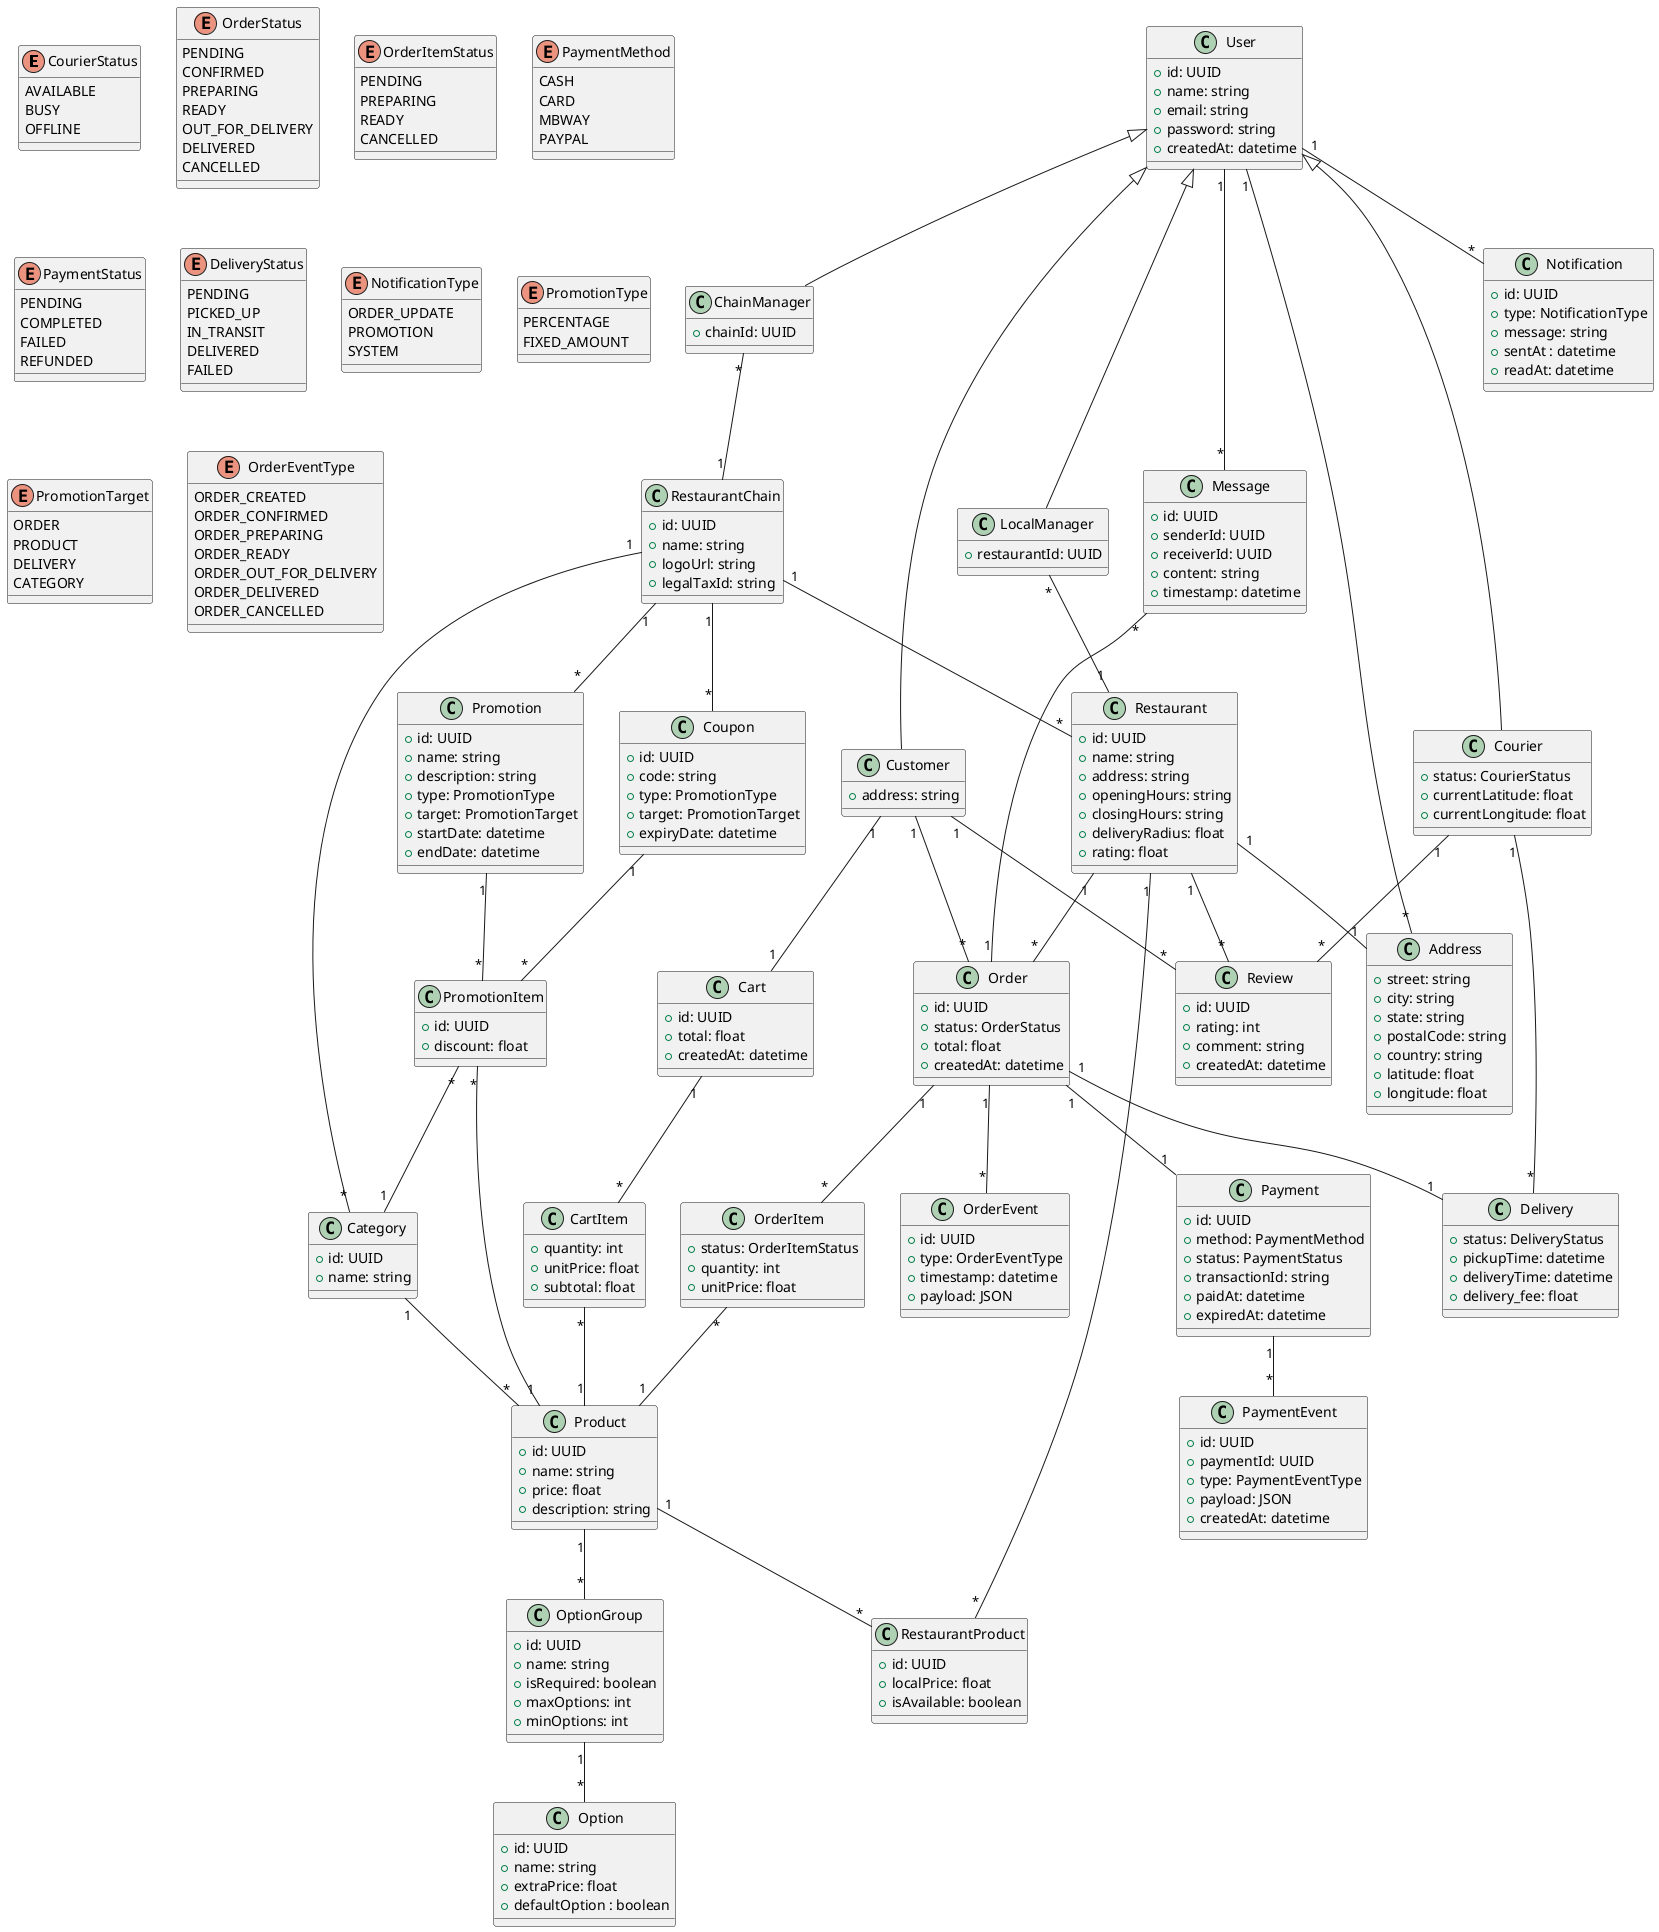
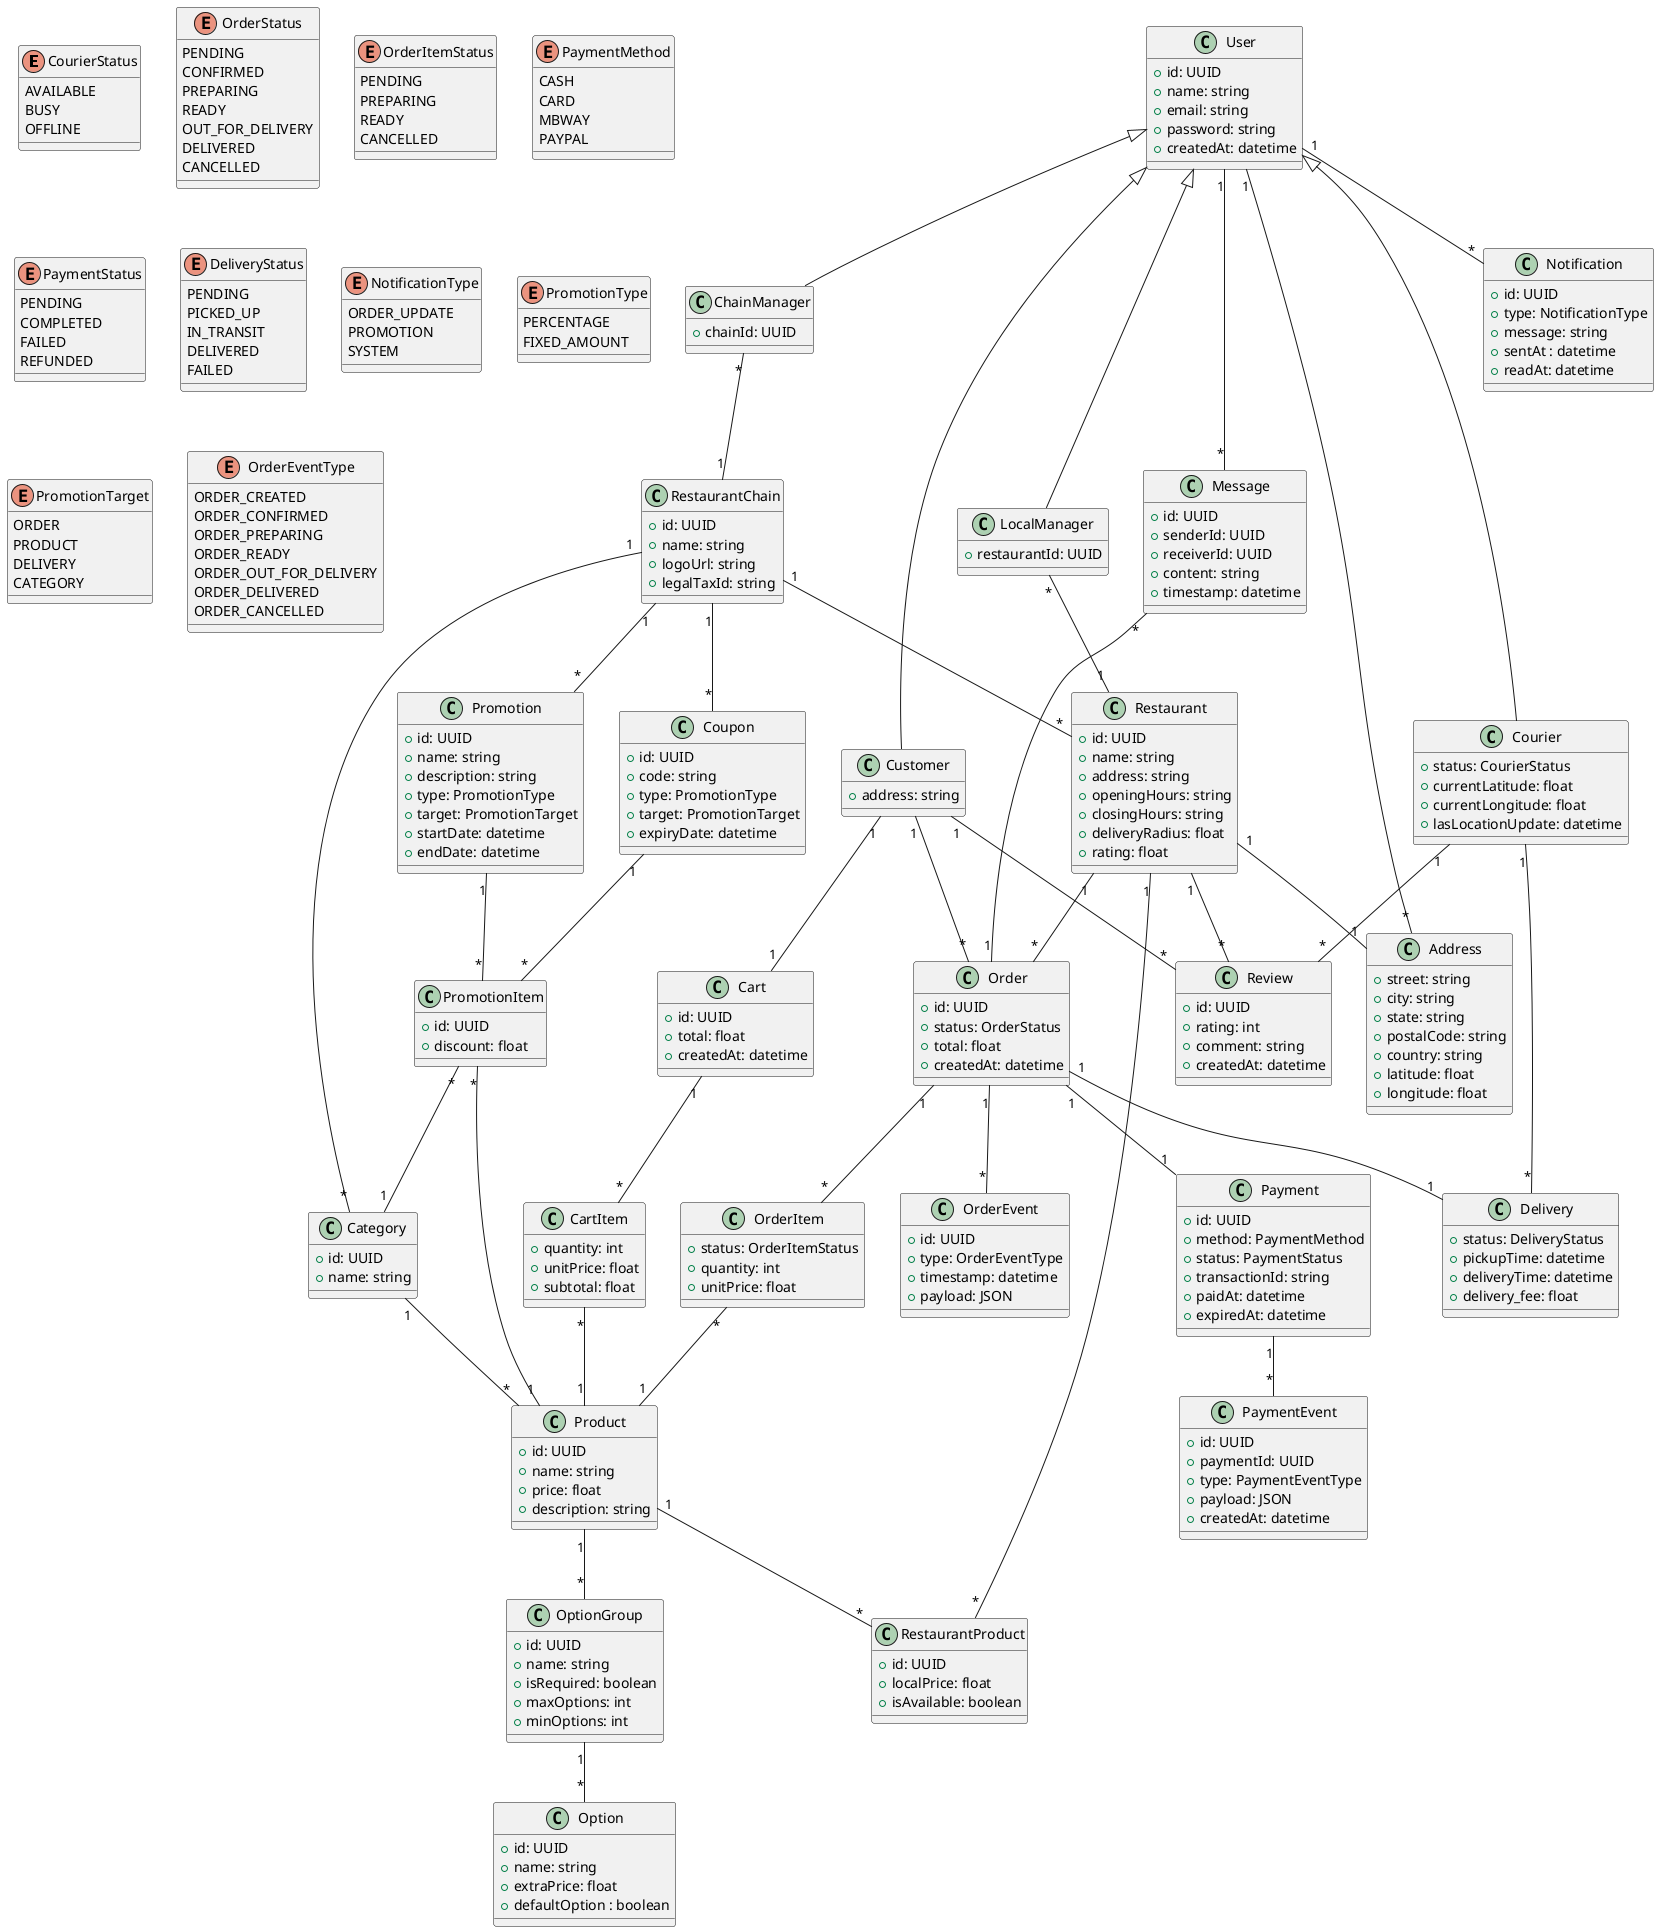
@startuml

' =======================
' ENUMS
' =======================

enum CourierStatus {
    AVAILABLE
    BUSY
    OFFLINE
}

enum OrderStatus {
    PENDING
    CONFIRMED
    PREPARING
    READY
    OUT_FOR_DELIVERY
    DELIVERED
    CANCELLED
}

enum OrderItemStatus {
    PENDING
    PREPARING
    READY
    CANCELLED
}

enum PaymentMethod {
    CASH
    CARD
    MBWAY
    PAYPAL
}

enum PaymentStatus {
    PENDING
    COMPLETED
    FAILED
    REFUNDED
}

enum DeliveryStatus {
    PENDING
    PICKED_UP
    IN_TRANSIT
    DELIVERED
    FAILED
}

enum NotificationType {
    ORDER_UPDATE
    PROMOTION
    SYSTEM
}

enum PromotionType {
    PERCENTAGE
    FIXED_AMOUNT
}

enum PromotionTarget {
    ORDER
    PRODUCT
    DELIVERY
    CATEGORY
}

enum OrderEventType {
    ORDER_CREATED
    ORDER_CONFIRMED
    ORDER_PREPARING
    ORDER_READY
    ORDER_OUT_FOR_DELIVERY
    ORDER_DELIVERED
    ORDER_CANCELLED
}

' =======================
' USERS
' =======================

class User {
    +id: UUID
    +name: string
    +email: string
    +password: string
    +createdAt: datetime
}

class Customer {
    +address: string
}

class RestaurantChain {
    +id: UUID
    +name: string
    +logoUrl: string
    +legalTaxId: string
}

class Restaurant {
    +id: UUID
    +name: string
    +address: string
    +openingHours: string
    +closingHours: string
    +deliveryRadius: float
    +rating: float
}

class ChainManager {
    +chainId: UUID
}

class LocalManager {
    +restaurantId: UUID
}
class Courier {
    +status: CourierStatus
    +currentLatitude: float
    +currentLongitude: float
+     +lasLocationUpdate: datetime
}

User <|-- Customer
User <|-- Courier
User <|-- ChainManager
User <|-- LocalManager
ChainManager "*" -- "1" RestaurantChain
LocalManager "*" -- "1" Restaurant

User "1"-- "*" Address
' =======================
' MENU
' =======================

class Category {
    +id: UUID
    +name: string
}

class Product {
    +id: UUID
    +name: string
    +price: float
    +description: string
}

class OptionGroup {
    +id: UUID
    +name: string
    +isRequired: boolean
    +maxOptions: int
    +minOptions: int
}

class Option {
    +id: UUID
    +name: string
    +extraPrice: float
    +defaultOption : boolean
}

Product "1" -- "*" OptionGroup
OptionGroup "1" -- "*" Option

Restaurant "1"-- "1" Address
Category "1" -- "*" Product

class RestaurantProduct {
    +id: UUID
    +localPrice: float
    +isAvailable: boolean
}

' Relacionamentos da Cadeia
RestaurantChain "1" -- "*" Restaurant
RestaurantChain "1" -- "*" Category
RestaurantChain "1" -- "*" Promotion
RestaurantChain "1" -- "*" Coupon

' Lógica de Preços Locais (Ponte)
Restaurant "1" -- "*" RestaurantProduct
Product "1" -- "*" RestaurantProduct

' =======================
' CART
' =======================

class Cart {
    +id: UUID
    +total: float
    +createdAt: datetime
}

class CartItem {
    +quantity: int
    +unitPrice: float
    +subtotal: float
}

Customer "1" -- "1" Cart
Cart "1" -- "*" CartItem
CartItem "*" -- "1" Product

' =======================
' ORDER
' =======================

class Order {
    +id: UUID
    +status: OrderStatus
    +total: float
    +createdAt: datetime
}

class OrderItem {
    +status: OrderItemStatus
    +quantity: int
    +unitPrice: float
}

class OrderEvent {
    +id: UUID
    +type: OrderEventType
    +timestamp: datetime
    +payload: JSON
}

Customer "1" -- "*" Order
Restaurant "1" -- "*" Order
Order "1" -- "*" OrderItem
Order "1" -- "*" OrderEvent
OrderItem "*" -- "1" Product

' =======================
' PAYMENT
' =======================

class Payment {
    +id: UUID
    +method: PaymentMethod
    +status: PaymentStatus
    +transactionId: string
    +paidAt: datetime
    +expiredAt: datetime
}

class PaymentEvent {
    +id: UUID
    +paymentId: UUID
    +type: PaymentEventType
    +payload: JSON
    +createdAt: datetime
}

Order "1" -- "1" Payment
Payment "1" -- "*" PaymentEvent
' =======================
' DELIVERY
' =======================

class Delivery {
    +status: DeliveryStatus
    +pickupTime: datetime
    +deliveryTime: datetime
    +delivery_fee: float
}

Courier "1" -- "*" Delivery
Order "1" -- "1" Delivery

' =======================
' NOTIFICATIONS & CHAT
' =======================

class Notification {
    +id: UUID
    +type: NotificationType
    +message: string
    +sentAt : datetime
    +readAt: datetime
}

User "1" -- "*" Notification

class Message {
    +id: UUID
    +senderId: UUID
    +receiverId: UUID
    +content: string
    +timestamp: datetime
}

User "1" -- "*" Message
Message "*" -- "1" Order

' =======================
' PROMOTIONS
' =======================

class Coupon {
    +id: UUID
    +code: string
    +type: PromotionType
    +target: PromotionTarget
    +expiryDate: datetime
}

class Promotion {
    +id: UUID
    +name: string
    +description: string
    +type: PromotionType
    +target: PromotionTarget
    +startDate: datetime
    +endDate: datetime
}

class PromotionItem {
    +id: UUID
    +discount: float
}

Promotion "1" -- "*" PromotionItem
Coupon "1" -- "*" PromotionItem
PromotionItem "*" -- "1" Product
PromotionItem "*" -- "1" Category


' =======================
' Reviews
' =======================

class Review {
    +id: UUID
    +rating: int
    +comment: string
    +createdAt: datetime
}

Customer "1" -- "*" Review
Restaurant "1" -- "*" Review
Courier "1" -- "*" Review

' =======================
' Address
' =======================

class Address {
    +street: string
    +city: string
    +state: string
    +postalCode: string
    +country: string
    +latitude: float
    +longitude: float
}

@enduml